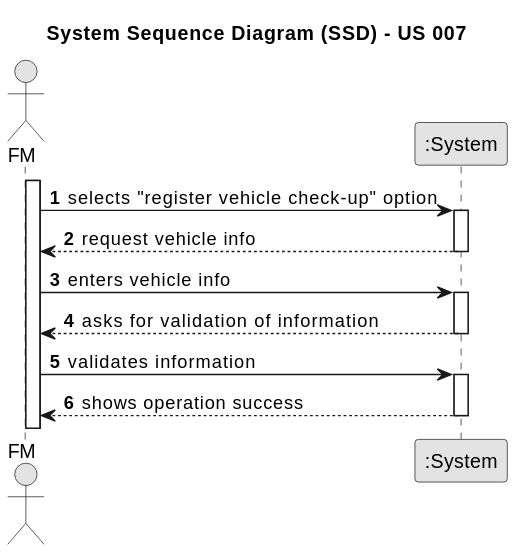
Before: docs/sprintA/us007/01.requirements-engineering/svg/us007-system-sequence-diagram.svg, a diagram exported from PlantUML (Departamento-de-Engenharia-Informatica/lei-24-s2-1dm-g132).
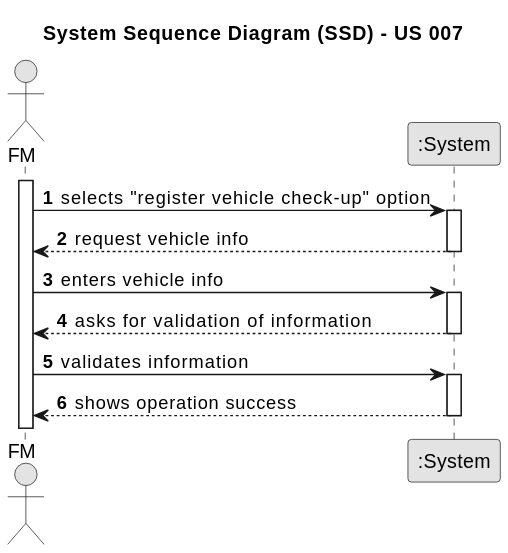
The same file after the commit.

The edit, as a diff of the source:
```diff
@@ -10,7 +10,6 @@
 actor "FM" as FM
 participant ":System" as System
 
-activate FM
 
 activate FM
 
```
